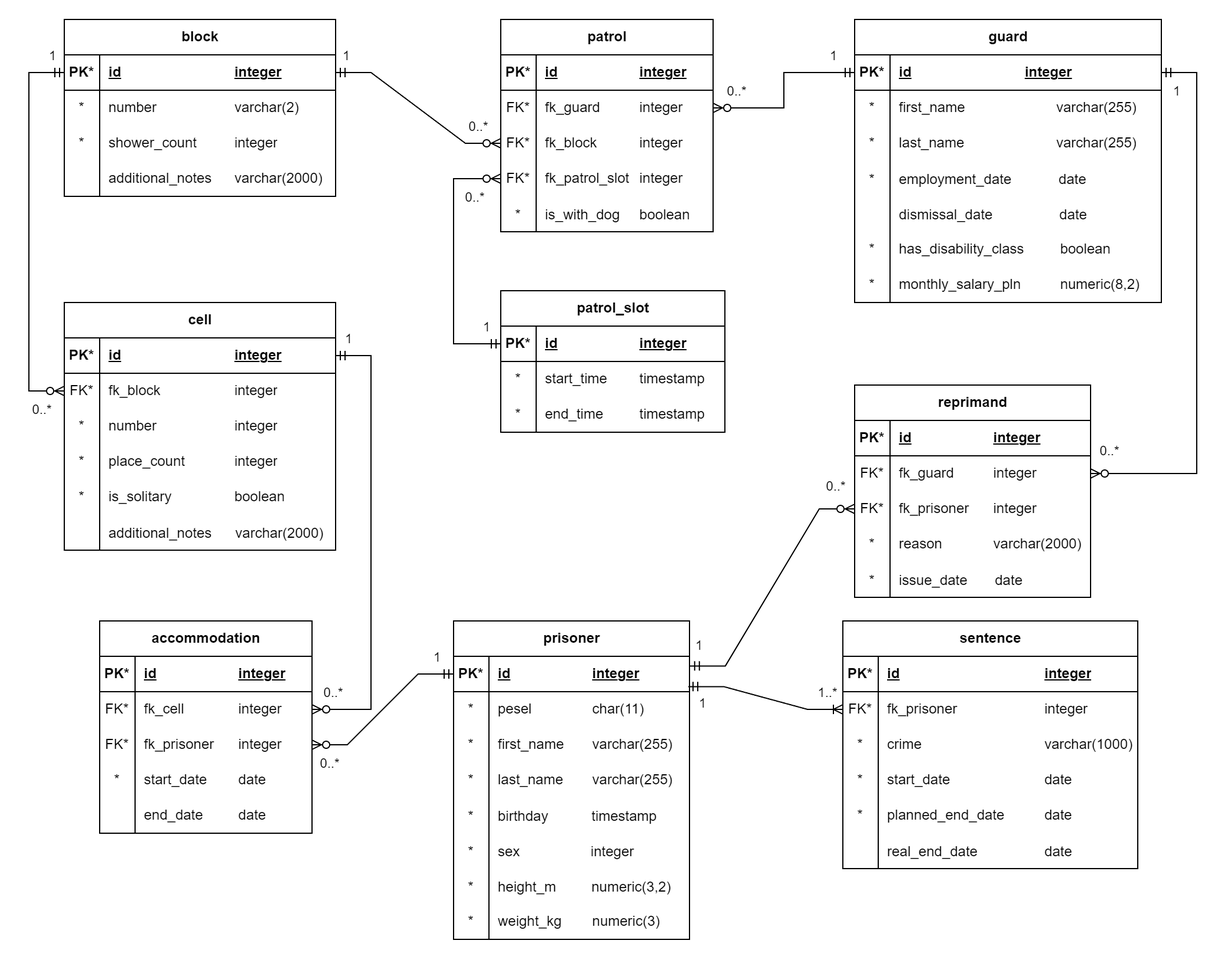
The draw.io diagram zad1/erd.drawio.png in PWR-ACS-SE-24/AdvancedDatabases, before a commit. Source tidied: cells renumbered, new cells last; positions are measured from the earlier drawing's top-left corner, leaving out a move shared by most shapes.
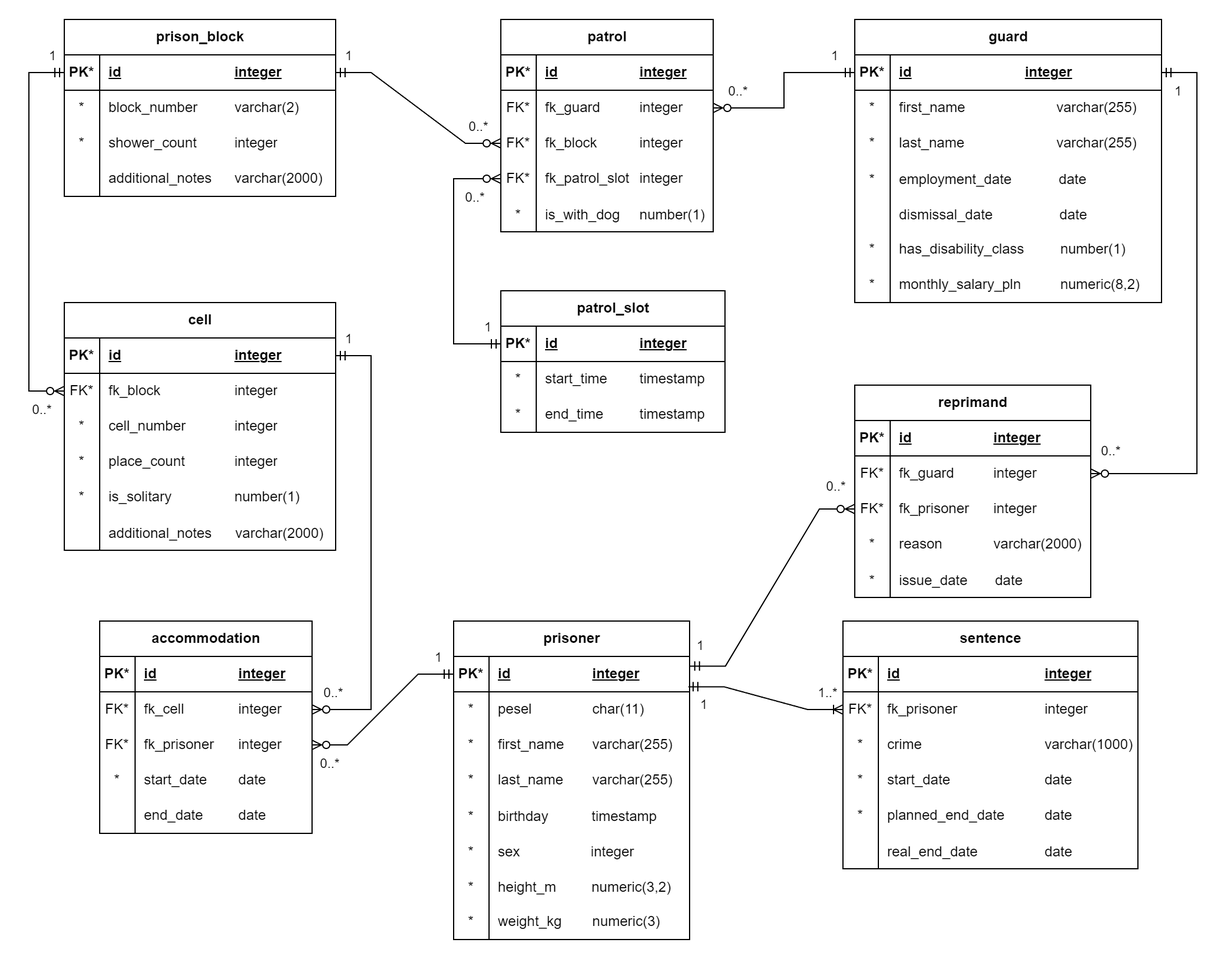
The same file after the commit.

Commit message:
Update diagram from exercise 1

The edit, as a diff of the source:
```diff
@@ -239,7 +239,7 @@
     <mxCell id="76" value="*" style="shape=partialRectangle;fillColor=none;top=0;left=0;bottom=0;right=0;overflow=hidden;whiteSpace=wrap;html=1;" parent="75" vertex="1">
       <mxGeometry width="30" height="30" as="geometry" />
     </mxCell>
-    <mxCell id="77" value="number&lt;span style=&quot;white-space: pre;&quot;&gt;&#9;&lt;/span&gt;&lt;span style=&quot;white-space: pre;&quot;&gt;&#9;&lt;span style=&quot;white-space: pre;&quot;&gt;&#9;&lt;/span&gt;&lt;/span&gt;integer" style="shape=partialRectangle;fillColor=none;top=0;left=0;bottom=0;right=0;align=left;spacingLeft=6;overflow=hidden;whiteSpace=wrap;html=1;" parent="75" vertex="1">
+    <mxCell id="77" value="cell_number&lt;span style=&quot;white-space: pre;&quot;&gt;&#9;&lt;/span&gt;&lt;span style=&quot;white-space: pre;&quot;&gt;&#9;&lt;/span&gt;integer" style="shape=partialRectangle;fillColor=none;top=0;left=0;bottom=0;right=0;align=left;spacingLeft=6;overflow=hidden;whiteSpace=wrap;html=1;" parent="75" vertex="1">
       <mxGeometry x="30" width="200" height="30" as="geometry" />
     </mxCell>
     <mxCell id="78" style="shape=tableRow;horizontal=0;startSize=0;swimlaneHead=0;swimlaneBody=0;fillColor=none;top=0;left=0;right=0;bottom=0;" parent="68" vertex="1">
@@ -257,7 +257,7 @@
     <mxCell id="82" value="*" style="shape=partialRectangle;fillColor=none;top=0;left=0;bottom=0;right=0;overflow=hidden;whiteSpace=wrap;html=1;" parent="81" vertex="1">
       <mxGeometry width="30" height="30" as="geometry" />
     </mxCell>
-    <mxCell id="83" value="is_solitary&lt;span style=&quot;white-space: pre;&quot;&gt;&#9;&lt;/span&gt;&lt;span style=&quot;white-space: pre;&quot;&gt;&#9;&lt;/span&gt;boolean" style="shape=partialRectangle;fillColor=none;top=0;left=0;bottom=0;right=0;align=left;spacingLeft=6;overflow=hidden;whiteSpace=wrap;html=1;" parent="81" vertex="1">
+    <mxCell id="83" value="is_solitary&lt;span style=&quot;white-space: pre;&quot;&gt;&#9;&lt;/span&gt;&lt;span style=&quot;white-space: pre;&quot;&gt;&#9;&lt;/span&gt;number(1)" style="shape=partialRectangle;fillColor=none;top=0;left=0;bottom=0;right=0;align=left;spacingLeft=6;overflow=hidden;whiteSpace=wrap;html=1;" parent="81" vertex="1">
       <mxGeometry x="30" width="200" height="30" as="geometry" />
     </mxCell>
     <mxCell id="84" style="shape=tableRow;horizontal=0;startSize=0;swimlaneHead=0;swimlaneBody=0;fillColor=none;top=0;left=0;right=0;bottom=0;" parent="68" vertex="1">
@@ -287,7 +287,7 @@
         <mxPoint y="-13" as="offset" />
       </mxGeometry>
     </mxCell>
-    <mxCell id="90" value="block" style="shape=table;startSize=30;rowLines=0;fontStyle=1;align=center;html=1;" parent="1" vertex="1">
+    <mxCell id="90" value="prison_block" style="shape=table;startSize=30;rowLines=0;fontStyle=1;align=center;html=1;" parent="1" vertex="1">
       <mxGeometry x="30" width="230" height="150" as="geometry" />
     </mxCell>
     <mxCell id="91" style="shape=tableRow;horizontal=0;startSize=0;swimlaneHead=0;swimlaneBody=0;fillColor=none;points=[[0,0.5],[1,0.5]];portConstraint=eastwest;top=0;left=0;right=0;bottom=1;" parent="90" vertex="1">
@@ -305,7 +305,7 @@
     <mxCell id="95" value="*" style="shape=partialRectangle;fillColor=none;top=0;left=0;bottom=0;right=0;overflow=hidden;whiteSpace=wrap;html=1;" parent="94" vertex="1">
       <mxGeometry width="30" height="30" as="geometry" />
     </mxCell>
-    <mxCell id="96" value="number&lt;span style=&quot;white-space: pre;&quot;&gt;&#9;&lt;/span&gt;&lt;span style=&quot;white-space: pre;&quot;&gt;&#9;&lt;span style=&quot;white-space: pre;&quot;&gt;&#9;&lt;/span&gt;&lt;/span&gt;varchar(2)" style="shape=partialRectangle;fillColor=none;top=0;left=0;bottom=0;right=0;align=left;spacingLeft=6;overflow=hidden;whiteSpace=wrap;html=1;" parent="94" vertex="1">
+    <mxCell id="96" value="block_number&lt;span style=&quot;white-space: pre;&quot;&gt;&#9;&lt;/span&gt;&lt;span style=&quot;white-space: pre;&quot;&gt;&#9;&lt;/span&gt;varchar(2)" style="shape=partialRectangle;fillColor=none;top=0;left=0;bottom=0;right=0;align=left;spacingLeft=6;overflow=hidden;whiteSpace=wrap;html=1;" parent="94" vertex="1">
       <mxGeometry x="30" width="200" height="30" as="geometry" />
     </mxCell>
     <mxCell id="97" style="shape=tableRow;horizontal=0;startSize=0;swimlaneHead=0;swimlaneBody=0;fillColor=none;top=0;left=0;right=0;bottom=0;" parent="90" vertex="1">
@@ -389,7 +389,7 @@
     <mxCell id="120" value="*" style="shape=partialRectangle;fillColor=none;top=0;left=0;bottom=0;right=0;overflow=hidden;" parent="119" vertex="1">
       <mxGeometry width="30" height="30" as="geometry" />
     </mxCell>
-    <mxCell id="121" value="is_with_dog     boolean" style="shape=partialRectangle;fillColor=none;top=0;left=0;bottom=0;right=0;align=left;spacingLeft=6;overflow=hidden;" parent="119" vertex="1">
+    <mxCell id="121" value="is_with_dog     number(1)" style="shape=partialRectangle;fillColor=none;top=0;left=0;bottom=0;right=0;align=left;spacingLeft=6;overflow=hidden;" parent="119" vertex="1">
       <mxGeometry x="30" width="150" height="30" as="geometry" />
     </mxCell>
     <mxCell id="122" value="patrol_slot" style="shape=table;startSize=30;rowLines=0;fontStyle=1;align=center;html=1;" parent="1" vertex="1">
@@ -507,7 +507,7 @@
     <mxCell id="155" value="*" style="shape=partialRectangle;fillColor=none;top=0;left=0;bottom=0;right=0;overflow=hidden;whiteSpace=wrap;html=1;" parent="154" vertex="1">
       <mxGeometry width="30" height="30" as="geometry" />
     </mxCell>
-    <mxCell id="156" value="has_disability_class&lt;span style=&quot;white-space: pre;&quot;&gt;&#9;&lt;/span&gt;&amp;nbsp;boolean" style="shape=partialRectangle;fillColor=none;top=0;left=0;bottom=0;right=0;align=left;spacingLeft=6;overflow=hidden;whiteSpace=wrap;html=1;" parent="154" vertex="1">
+    <mxCell id="156" value="has_disability_class&lt;span style=&quot;white-space: pre;&quot;&gt;&#9;&lt;/span&gt;&amp;nbsp;number(1)" style="shape=partialRectangle;fillColor=none;top=0;left=0;bottom=0;right=0;align=left;spacingLeft=6;overflow=hidden;whiteSpace=wrap;html=1;" parent="154" vertex="1">
       <mxGeometry x="30" width="230" height="30" as="geometry" />
     </mxCell>
     <mxCell id="157" style="shape=tableRow;horizontal=0;startSize=0;swimlaneHead=0;swimlaneBody=0;fillColor=none;top=0;left=0;right=0;bottom=0;" parent="138" vertex="1">
```
